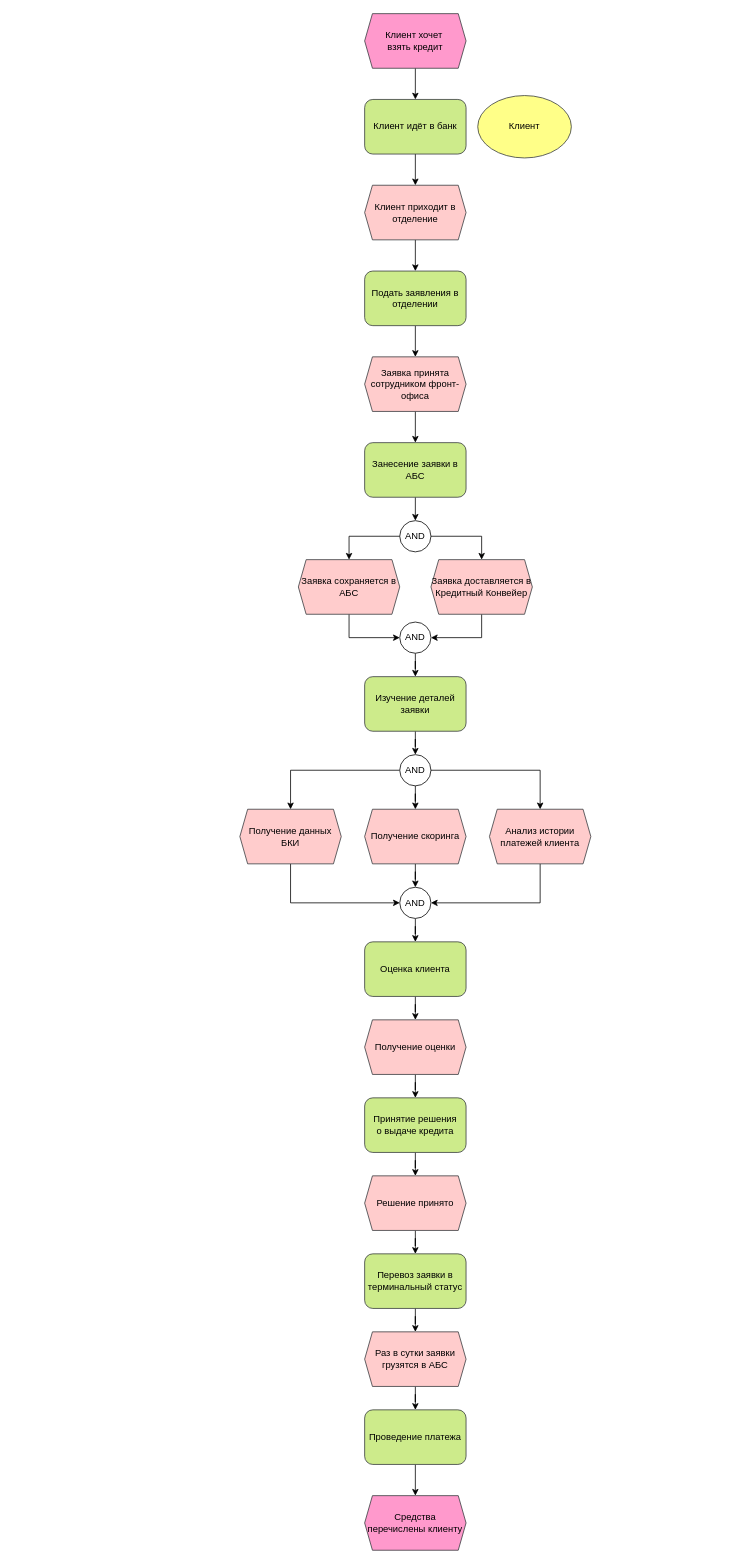
MorKaragh/drawings keeps this draw.io diagram as page "Процесс кредита" (3 of 4) of it_land_map.drawio. Above is the earlier version. Source tidied: cells renumbered, new cells numbered last; positions are measured from the earlier drawing's top-left corner, leaving out a move shared by most shapes. Both pictures are drawn from the tidied source at 78%, with x=0, y=0 at pixel (239, 13).
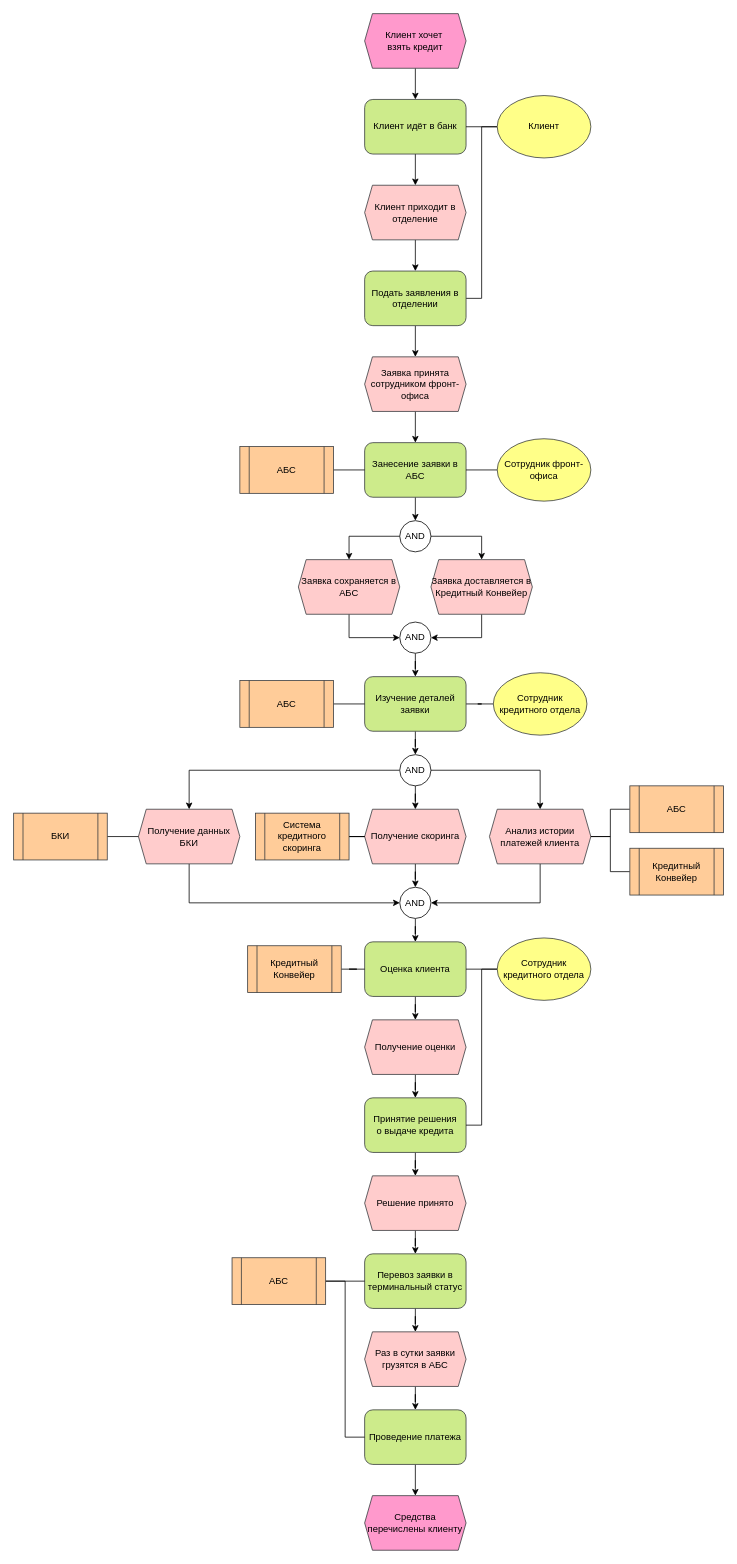
Above is the later version.

The change refers to these unchanged cells:
```xml
<mxCell id="5" value="Клиент идёт в банк" style="rounded=1;whiteSpace=wrap;html=1;fillColor=#cdeb8b;strokeColor=#36393d;" parent="1" vertex="1">
  <mxGeometry x="160" y="110" width="130" height="70" as="geometry" />
</mxCell>
<mxCell id="10" value="Подать заявления в отделении" style="rounded=1;whiteSpace=wrap;html=1;fillColor=#cdeb8b;strokeColor=#36393d;" parent="1" vertex="1">
  <mxGeometry x="160" y="330" width="130" height="70" as="geometry" />
</mxCell>
<mxCell id="17" value="Занесение заявки в АБС" style="rounded=1;whiteSpace=wrap;html=1;fillColor=#cdeb8b;strokeColor=#36393d;" parent="1" vertex="1">
  <mxGeometry x="160" y="550" width="130" height="70" as="geometry" />
</mxCell>
<mxCell id="25" value="Изучение деталей заявки" style="rounded=1;whiteSpace=wrap;html=1;fillColor=#cdeb8b;strokeColor=#36393d;" parent="1" vertex="1">
  <mxGeometry x="160" y="850" width="130" height="70" as="geometry" />
</mxCell>
<mxCell id="29" value="Получение скоринга" style="shape=hexagon;perimeter=hexagonPerimeter2;whiteSpace=wrap;html=1;fixedSize=1;size=10;fillColor=#ffcccc;strokeColor=#36393d;" parent="1" vertex="1">
  <mxGeometry x="160" y="1020" width="130" height="70" as="geometry" />
</mxCell>
<mxCell id="31" value="Анализ истории платежей клиента" style="shape=hexagon;perimeter=hexagonPerimeter2;whiteSpace=wrap;html=1;fixedSize=1;size=10;fillColor=#ffcccc;strokeColor=#36393d;" parent="1" vertex="1">
  <mxGeometry x="320" y="1020" width="130" height="70" as="geometry" />
</mxCell>
<mxCell id="39" value="Оценка клиента" style="rounded=1;whiteSpace=wrap;html=1;fillColor=#cdeb8b;strokeColor=#36393d;" parent="1" vertex="1">
  <mxGeometry x="160" y="1190" width="130" height="70" as="geometry" />
</mxCell>
<mxCell id="43" value="Принятие решения&lt;div&gt;о выдаче кредита&lt;/div&gt;" style="rounded=1;whiteSpace=wrap;html=1;fillColor=#cdeb8b;strokeColor=#36393d;" parent="1" vertex="1">
  <mxGeometry x="160" y="1390" width="130" height="70" as="geometry" />
</mxCell>
<mxCell id="47" value="Перевоз заявки в терминальный статус" style="rounded=1;whiteSpace=wrap;html=1;fillColor=#cdeb8b;strokeColor=#36393d;" parent="1" vertex="1">
  <mxGeometry x="160" y="1590" width="130" height="70" as="geometry" />
</mxCell>
<mxCell id="51" value="Проведение платежа" style="rounded=1;whiteSpace=wrap;html=1;fillColor=#cdeb8b;strokeColor=#36393d;" parent="1" vertex="1">
  <mxGeometry x="160" y="1790" width="130" height="70" as="geometry" />
</mxCell>
```

The edit, as a diff of the source:
```diff
@@
+    <mxCell id="53" style="edgeStyle=orthogonalEdgeStyle;shape=connector;rounded=0;jettySize=auto;html=1;strokeColor=default;align=center;verticalAlign=middle;fontFamily=Helvetica;fontSize=11;fontColor=default;labelBackgroundColor=default;endArrow=none;endFill=0;" parent="1" edge="1" source="8" target="5">
+      <mxGeometry relative="1" as="geometry" />
+    </mxCell>
+    <mxCell id="54" style="edgeStyle=orthogonalEdgeStyle;shape=connector;rounded=0;jettySize=auto;html=1;exitX=0;exitY=0.5;exitDx=0;exitDy=0;entryX=1;entryY=0.5;entryDx=0;entryDy=0;strokeColor=default;align=center;verticalAlign=middle;fontFamily=Helvetica;fontSize=11;fontColor=default;labelBackgroundColor=default;endArrow=none;endFill=0;" parent="1" edge="1" source="8" target="10">
+      <mxGeometry relative="1" as="geometry" />
+    </mxCell>
     <mxCell id="8" value="Клиент" style="ellipse;whiteSpace=wrap;html=1;fillColor=#ffff88;strokeColor=#36393d;" parent="1" vertex="1">
-      <mxGeometry x="305" y="105" width="120" height="80" as="geometry" />
+      <mxGeometry x="330" y="105" width="120" height="80" as="geometry" />
     </mxCell>
@@
+    <mxCell id="55" style="edgeStyle=orthogonalEdgeStyle;shape=connector;rounded=0;jettySize=auto;html=1;strokeColor=default;align=center;verticalAlign=middle;fontFamily=Helvetica;fontSize=11;fontColor=default;labelBackgroundColor=default;endArrow=none;endFill=0;" parent="1" edge="1" source="25" target="58">
+      <mxGeometry relative="1" as="geometry" />
+    </mxCell>
@@
     <mxCell id="27" value="Получение данных БКИ" style="shape=hexagon;perimeter=hexagonPerimeter2;whiteSpace=wrap;html=1;fixedSize=1;size=10;fillColor=#ffcccc;strokeColor=#36393d;" parent="1" vertex="1">
-      <mxGeometry y="1020" width="130" height="70" as="geometry" />
+      <mxGeometry x="-130" y="1020" width="130" height="70" as="geometry" />
     </mxCell>
@@
+    <mxCell id="56" style="edgeStyle=orthogonalEdgeStyle;shape=connector;rounded=0;jettySize=auto;html=1;strokeColor=default;align=center;verticalAlign=middle;fontFamily=Helvetica;fontSize=11;fontColor=default;labelBackgroundColor=default;endArrow=none;endFill=0;" parent="1" edge="1" source="57" target="17">
+      <mxGeometry relative="1" as="geometry" />
+    </mxCell>
+    <mxCell id="57" value="Сотрудник фронт-офиса" style="ellipse;whiteSpace=wrap;html=1;fillColor=#ffff88;strokeColor=#36393d;" parent="1" vertex="1">
+      <mxGeometry x="330" y="545" width="120" height="80" as="geometry" />
+    </mxCell>
+    <mxCell id="58" value="Сотрудник кредитного отдела" style="ellipse;whiteSpace=wrap;html=1;fillColor=#ffff88;strokeColor=#36393d;" parent="1" vertex="1">
+      <mxGeometry x="325" y="845" width="120" height="80" as="geometry" />
+    </mxCell>
+    <mxCell id="59" style="edgeStyle=orthogonalEdgeStyle;shape=connector;rounded=0;jettySize=auto;html=1;strokeColor=default;align=center;verticalAlign=middle;fontFamily=Helvetica;fontSize=11;fontColor=default;labelBackgroundColor=default;endArrow=none;endFill=0;" parent="1" edge="1" source="60" target="17">
+      <mxGeometry relative="1" as="geometry" />
+    </mxCell>
+    <mxCell id="60" value="АБС" style="shape=process;whiteSpace=wrap;html=1;backgroundOutline=1;fillColor=#ffcc99;strokeColor=#36393d;" parent="1" vertex="1">
+      <mxGeometry y="555" width="120" height="60" as="geometry" />
+    </mxCell>
+    <mxCell id="61" style="edgeStyle=orthogonalEdgeStyle;shape=connector;rounded=0;jettySize=auto;html=1;strokeColor=default;align=center;verticalAlign=middle;fontFamily=Helvetica;fontSize=11;fontColor=default;labelBackgroundColor=default;endArrow=none;endFill=0;" parent="1" edge="1" source="62" target="25">
+      <mxGeometry relative="1" as="geometry" />
+    </mxCell>
+    <mxCell id="62" value="АБС" style="shape=process;whiteSpace=wrap;html=1;backgroundOutline=1;fillColor=#ffcc99;strokeColor=#36393d;" parent="1" vertex="1">
+      <mxGeometry y="855" width="120" height="60" as="geometry" />
+    </mxCell>
+    <mxCell id="63" style="edgeStyle=orthogonalEdgeStyle;shape=connector;rounded=0;jettySize=auto;html=1;strokeColor=default;align=center;verticalAlign=middle;fontFamily=Helvetica;fontSize=11;fontColor=default;labelBackgroundColor=default;endArrow=none;endFill=0;" parent="1" edge="1" source="64" target="27">
+      <mxGeometry relative="1" as="geometry" />
+    </mxCell>
+    <mxCell id="64" value="БКИ" style="shape=process;whiteSpace=wrap;html=1;backgroundOutline=1;fillColor=#ffcc99;strokeColor=#36393d;" parent="1" vertex="1">
+      <mxGeometry x="-290" y="1025" width="120" height="60" as="geometry" />
+    </mxCell>
+    <mxCell id="65" style="edgeStyle=orthogonalEdgeStyle;shape=connector;rounded=0;jettySize=auto;html=1;strokeColor=default;align=center;verticalAlign=middle;fontFamily=Helvetica;fontSize=11;fontColor=default;labelBackgroundColor=default;endArrow=none;endFill=0;" parent="1" edge="1" source="66" target="29">
+      <mxGeometry relative="1" as="geometry" />
+    </mxCell>
+    <mxCell id="66" value="Система кредитного скоринга" style="shape=process;whiteSpace=wrap;html=1;backgroundOutline=1;fillColor=#ffcc99;strokeColor=#36393d;" parent="1" vertex="1">
+      <mxGeometry x="20" y="1025" width="120" height="60" as="geometry" />
+    </mxCell>
+    <mxCell id="67" style="edgeStyle=orthogonalEdgeStyle;shape=connector;rounded=0;jettySize=auto;html=1;strokeColor=default;align=center;verticalAlign=middle;fontFamily=Helvetica;fontSize=11;fontColor=default;labelBackgroundColor=default;endArrow=none;endFill=0;" parent="1" edge="1" source="68" target="31">
+      <mxGeometry relative="1" as="geometry" />
+    </mxCell>
+    <mxCell id="68" value="АБС" style="shape=process;whiteSpace=wrap;html=1;backgroundOutline=1;fillColor=#ffcc99;strokeColor=#36393d;" parent="1" vertex="1">
+      <mxGeometry x="500" y="990" width="120" height="60" as="geometry" />
+    </mxCell>
+    <mxCell id="69" style="edgeStyle=orthogonalEdgeStyle;shape=connector;rounded=0;jettySize=auto;html=1;strokeColor=default;align=center;verticalAlign=middle;fontFamily=Helvetica;fontSize=11;fontColor=default;labelBackgroundColor=default;endArrow=none;endFill=0;" parent="1" edge="1" source="70" target="31">
+      <mxGeometry relative="1" as="geometry" />
+    </mxCell>
+    <mxCell id="70" value="Кредитный Конвейер" style="shape=process;whiteSpace=wrap;html=1;backgroundOutline=1;fillColor=#ffcc99;strokeColor=#36393d;" parent="1" vertex="1">
+      <mxGeometry x="500" y="1070" width="120" height="60" as="geometry" />
+    </mxCell>
+    <mxCell id="71" style="edgeStyle=orthogonalEdgeStyle;shape=connector;rounded=0;jettySize=auto;html=1;strokeColor=default;align=center;verticalAlign=middle;fontFamily=Helvetica;fontSize=11;fontColor=default;labelBackgroundColor=default;endArrow=none;endFill=0;" parent="1" edge="1" source="73" target="39">
+      <mxGeometry relative="1" as="geometry" />
+    </mxCell>
+    <mxCell id="72" style="edgeStyle=orthogonalEdgeStyle;shape=connector;rounded=0;jettySize=auto;html=1;exitX=0;exitY=0.5;exitDx=0;exitDy=0;entryX=1;entryY=0.5;entryDx=0;entryDy=0;strokeColor=default;align=center;verticalAlign=middle;fontFamily=Helvetica;fontSize=11;fontColor=default;labelBackgroundColor=default;endArrow=none;endFill=0;" parent="1" edge="1" source="73" target="43">
+      <mxGeometry relative="1" as="geometry" />
+    </mxCell>
+    <mxCell id="73" value="Сотрудник кредитного отдела" style="ellipse;whiteSpace=wrap;html=1;fillColor=#ffff88;strokeColor=#36393d;" parent="1" vertex="1">
+      <mxGeometry x="330" y="1185" width="120" height="80" as="geometry" />
+    </mxCell>
+    <mxCell id="74" style="edgeStyle=orthogonalEdgeStyle;shape=connector;rounded=0;jettySize=auto;html=1;strokeColor=default;align=center;verticalAlign=middle;fontFamily=Helvetica;fontSize=11;fontColor=default;labelBackgroundColor=default;endArrow=none;endFill=0;" parent="1" edge="1" source="75" target="39">
+      <mxGeometry relative="1" as="geometry" />
+    </mxCell>
+    <mxCell id="75" value="Кредитный Конвейер" style="shape=process;whiteSpace=wrap;html=1;backgroundOutline=1;fillColor=#ffcc99;strokeColor=#36393d;" parent="1" vertex="1">
+      <mxGeometry x="10" y="1195" width="120" height="60" as="geometry" />
+    </mxCell>
+    <mxCell id="76" style="edgeStyle=orthogonalEdgeStyle;shape=connector;rounded=0;jettySize=auto;html=1;strokeColor=default;align=center;verticalAlign=middle;fontFamily=Helvetica;fontSize=11;fontColor=default;labelBackgroundColor=default;endArrow=none;endFill=0;" parent="1" edge="1" source="78" target="47">
+      <mxGeometry relative="1" as="geometry" />
+    </mxCell>
+    <mxCell id="77" style="edgeStyle=orthogonalEdgeStyle;shape=connector;rounded=0;jettySize=auto;html=1;exitX=1;exitY=0.5;exitDx=0;exitDy=0;entryX=0;entryY=0.5;entryDx=0;entryDy=0;strokeColor=default;align=center;verticalAlign=middle;fontFamily=Helvetica;fontSize=11;fontColor=default;labelBackgroundColor=default;endArrow=none;endFill=0;" parent="1" edge="1" source="78" target="51">
+      <mxGeometry relative="1" as="geometry" />
+    </mxCell>
+    <mxCell id="78" value="АБС" style="shape=process;whiteSpace=wrap;html=1;backgroundOutline=1;fillColor=#ffcc99;strokeColor=#36393d;" parent="1" vertex="1">
+      <mxGeometry x="-10" y="1595" width="120" height="60" as="geometry" />
+    </mxCell>
```
